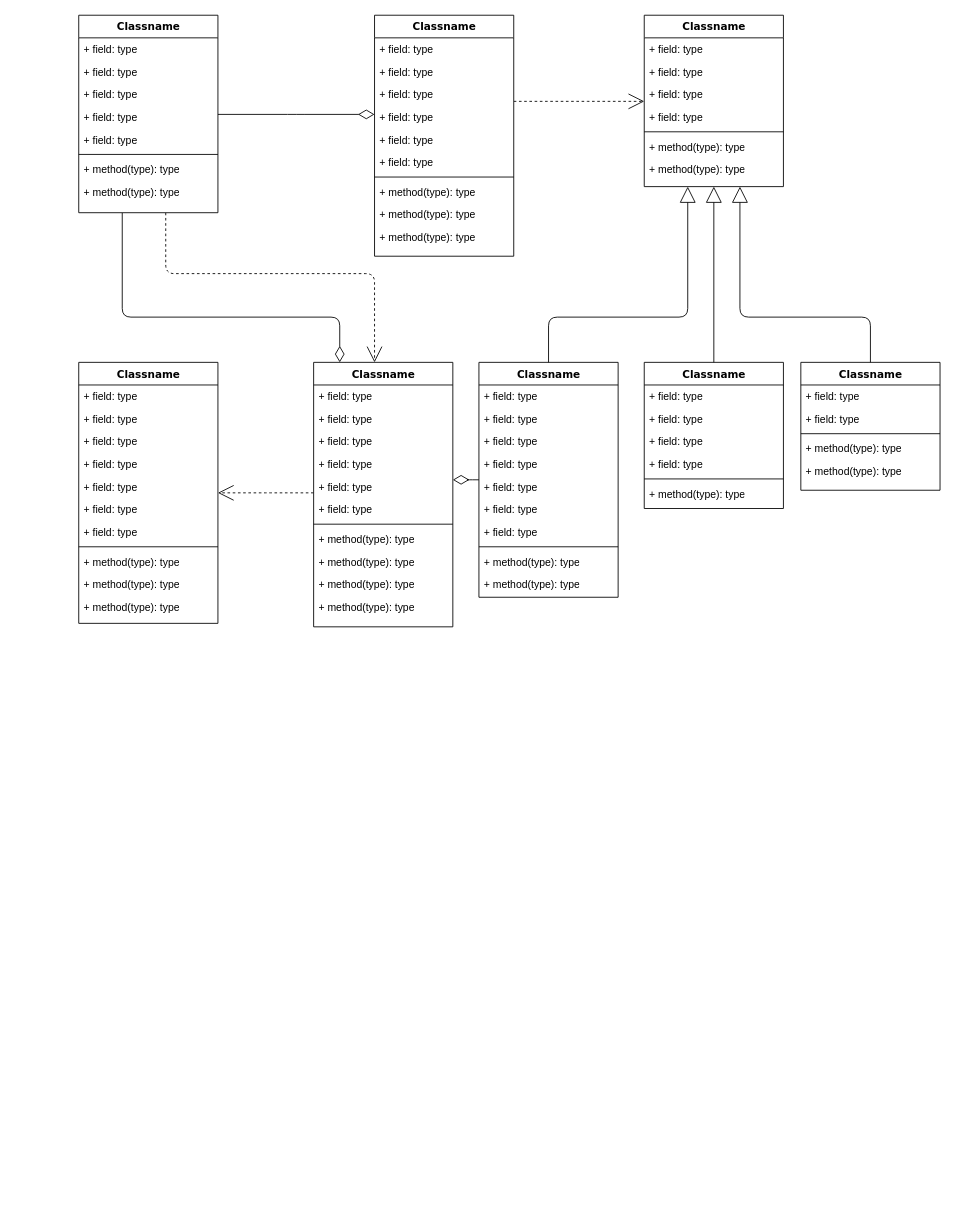
Before: Диаграмма без названия.drawio in SimonovIvan1/Usuuaus, a draw.io diagram. Source tidied: cells renumbered, new cells numbered last; positions are measured from the earlier drawing's top-left corner, leaving out a move shared by most shapes. Both pictures are drawn from the tidied source at 87%, with x=0, y=0 at pixel (78, 15).
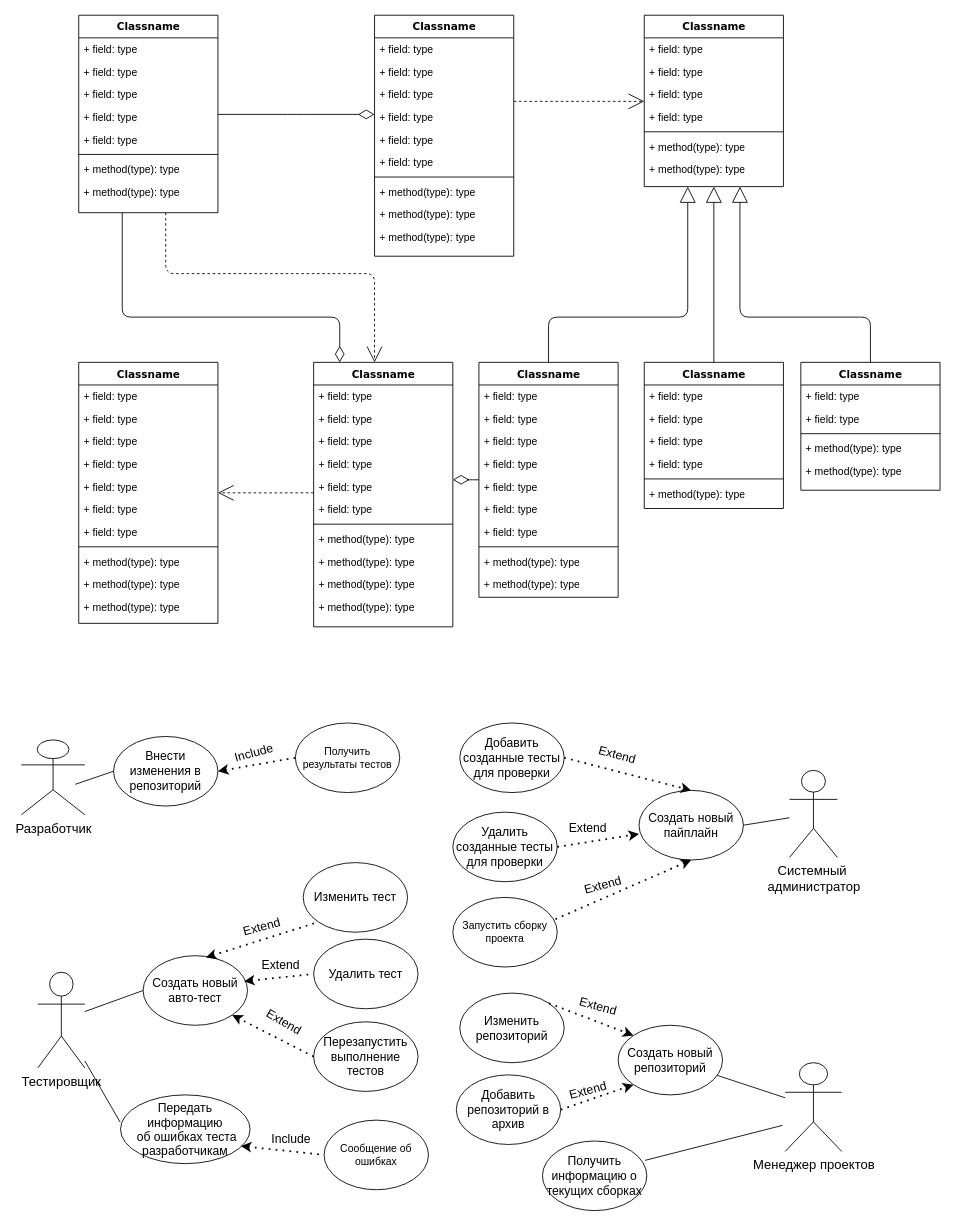
After the change.

Diff of the diagram source:
```diff
@@
+    <mxCell id="87" value="&lt;font style=&quot;font-size: 15px;&quot;&gt;Разработчик&lt;/font&gt;" style="shape=umlActor;verticalLabelPosition=bottom;verticalAlign=top;html=1;" parent="1" vertex="1">
+      <mxGeometry x="-66" y="833" width="73" height="86" as="geometry" />
+    </mxCell>
+    <mxCell id="88" value="&lt;font style=&quot;font-size: 15px;&quot;&gt;Тестировщик&lt;/font&gt;" style="shape=umlActor;verticalLabelPosition=bottom;verticalAlign=top;html=1;outlineConnect=0;" parent="1" vertex="1">
+      <mxGeometry x="-47" y="1100" width="54" height="110" as="geometry" />
+    </mxCell>
+    <mxCell id="89" value="&lt;font style=&quot;font-size: 15px;&quot;&gt;Системный&amp;nbsp;&lt;/font&gt;&lt;div&gt;&lt;font style=&quot;font-size: 15px;&quot;&gt;администратор&lt;/font&gt;&lt;/div&gt;" style="shape=umlActor;verticalLabelPosition=bottom;verticalAlign=top;html=1;outlineConnect=0;" parent="1" vertex="1">
+      <mxGeometry x="817" y="868" width="55" height="100" as="geometry" />
+    </mxCell>
+    <mxCell id="90" value="&lt;font style=&quot;font-size: 15px;&quot;&gt;Менеджер проектов&lt;/font&gt;" style="shape=umlActor;verticalLabelPosition=bottom;verticalAlign=top;html=1;outlineConnect=0;" parent="1" vertex="1">
+      <mxGeometry x="812" y="1204" width="65" height="102" as="geometry" />
+    </mxCell>
+    <mxCell id="91" value="&lt;font style=&quot;font-size: 14px;&quot;&gt;Создать новый репозиторий&lt;/font&gt;" style="ellipse;whiteSpace=wrap;html=1;" parent="1" vertex="1">
+      <mxGeometry x="620" y="1161" width="120" height="80" as="geometry" />
+    </mxCell>
+    <mxCell id="92" value="&lt;font style=&quot;font-size: 14px;&quot;&gt;Создать новый авто-тест&lt;/font&gt;" style="ellipse;whiteSpace=wrap;html=1;" parent="1" vertex="1">
+      <mxGeometry x="74" y="1081" width="120" height="80" as="geometry" />
+    </mxCell>
+    <mxCell id="93" style="endArrow=none;html=1;rounded=0;entryX=0;entryY=0.5;entryDx=0;entryDy=0;" parent="1" edge="1" source="88" target="92">
+      <mxGeometry relative="1" as="geometry" />
+    </mxCell>
+    <mxCell id="94" value="&lt;font style=&quot;font-size: 14px;&quot;&gt;Внести изменения в репозиторий&lt;/font&gt;" style="ellipse;whiteSpace=wrap;html=1;" parent="1" vertex="1">
+      <mxGeometry x="40" y="829" width="120" height="80" as="geometry" />
+    </mxCell>
+    <mxCell id="95" value="Получить результаты тестов" style="ellipse;whiteSpace=wrap;html=1;" parent="1" vertex="1">
+      <mxGeometry x="249" y="813.5" width="120" height="80" as="geometry" />
+    </mxCell>
+    <mxCell id="96" style="endArrow=none;dashed=1;html=1;dashPattern=1 3;strokeWidth=2;rounded=0;exitX=1;exitY=0.5;exitDx=0;exitDy=0;entryX=0;entryY=0.5;entryDx=0;entryDy=0;startArrow=classic;startFill=1;" parent="1" edge="1" source="94" target="95">
+      <mxGeometry relative="1" as="geometry" />
+    </mxCell>
+    <mxCell id="97" value="&lt;font style=&quot;font-size: 14px;&quot;&gt;Include&lt;/font&gt;" style="text;html=1;align=center;verticalAlign=middle;strokeColor=none;fillColor=none;rotation=-15;" parent="1" vertex="1">
+      <mxGeometry x="169" y="833" width="63" height="29" as="geometry" />
+    </mxCell>
+    <mxCell id="98" style="endArrow=none;html=1;rounded=0;entryX=0;entryY=0.5;entryDx=0;entryDy=0;" parent="1" edge="1" target="94">
+      <mxGeometry relative="1" as="geometry">
+        <mxPoint x="-4" y="884" as="sourcePoint" />
+      </mxGeometry>
+    </mxCell>
+    <mxCell id="99" value="&lt;font style=&quot;font-size: 14px;&quot;&gt;Передать информацию&lt;/font&gt;&lt;div&gt;&lt;font style=&quot;font-size: 14px;&quot;&gt;&amp;nbsp;об ошибках теста разработчикам&lt;/font&gt;&lt;/div&gt;" style="ellipse;whiteSpace=wrap;html=1;" parent="1" vertex="1">
+      <mxGeometry x="48" y="1241" width="149" height="79" as="geometry" />
+    </mxCell>
+    <mxCell id="100" style="endArrow=none;html=1;rounded=0;entryX=-0.003;entryY=0.396;entryDx=0;entryDy=0;entryPerimeter=0;" parent="1" edge="1" source="88" target="99">
+      <mxGeometry relative="1" as="geometry" />
+    </mxCell>
+    <mxCell id="101" value="Сообщение об ошибках" style="ellipse;whiteSpace=wrap;html=1;" parent="1" vertex="1">
+      <mxGeometry x="282" y="1270" width="120" height="80" as="geometry" />
+    </mxCell>
+    <mxCell id="102" value="&lt;font style=&quot;font-size: 14px;&quot;&gt;Изменить тест&lt;/font&gt;" style="ellipse;whiteSpace=wrap;html=1;" parent="1" vertex="1">
+      <mxGeometry x="258" y="974" width="120" height="80" as="geometry" />
+    </mxCell>
+    <mxCell id="103" value="&lt;font style=&quot;font-size: 14px;&quot;&gt;Удалить тест&lt;/font&gt;" style="ellipse;whiteSpace=wrap;html=1;" parent="1" vertex="1">
+      <mxGeometry x="270" y="1062" width="120" height="80" as="geometry" />
+    </mxCell>
+    <mxCell id="104" style="endArrow=none;dashed=1;html=1;dashPattern=1 3;strokeWidth=2;rounded=0;exitX=0.602;exitY=0.025;exitDx=0;exitDy=0;exitPerimeter=0;entryX=0;entryY=1;entryDx=0;entryDy=0;startArrow=classic;startFill=1;" parent="1" edge="1" source="92" target="102">
+      <mxGeometry relative="1" as="geometry" />
+    </mxCell>
+    <mxCell id="105" style="endArrow=none;dashed=1;html=1;dashPattern=1 3;strokeWidth=2;rounded=0;exitX=0.967;exitY=0.369;exitDx=0;exitDy=0;exitPerimeter=0;entryX=0;entryY=0.5;entryDx=0;entryDy=0;startArrow=classic;startFill=1;" parent="1" edge="1" source="92" target="103">
+      <mxGeometry relative="1" as="geometry" />
+    </mxCell>
+    <mxCell id="106" value="&lt;font style=&quot;font-size: 14px;&quot;&gt;Include&lt;/font&gt;" style="text;html=1;align=center;verticalAlign=middle;strokeColor=none;fillColor=none;rotation=0;" parent="1" vertex="1">
+      <mxGeometry x="212" y="1277" width="63" height="29" as="geometry" />
+    </mxCell>
+    <mxCell id="107" style="endArrow=none;dashed=1;html=1;dashPattern=1 3;strokeWidth=2;rounded=0;exitX=0.928;exitY=0.744;exitDx=0;exitDy=0;exitPerimeter=0;entryX=0;entryY=0.5;entryDx=0;entryDy=0;startArrow=classic;startFill=1;" parent="1" edge="1" source="99" target="101">
+      <mxGeometry relative="1" as="geometry" />
+    </mxCell>
+    <mxCell id="108" value="&lt;font style=&quot;font-size: 14px;&quot;&gt;Extend&lt;/font&gt;" style="text;html=1;align=center;verticalAlign=middle;strokeColor=none;fillColor=none;rotation=-15;" parent="1" vertex="1">
+      <mxGeometry x="179" y="1033" width="62" height="29" as="geometry" />
+    </mxCell>
+    <mxCell id="109" value="&lt;font style=&quot;font-size: 14px;&quot;&gt;Extend&lt;/font&gt;" style="text;html=1;align=center;verticalAlign=middle;strokeColor=none;fillColor=none;rotation=0;" parent="1" vertex="1">
+      <mxGeometry x="201" y="1077" width="62" height="29" as="geometry" />
+    </mxCell>
+    <mxCell id="110" style="endArrow=none;html=1;rounded=0;" parent="1" edge="1" source="91" target="90">
+      <mxGeometry relative="1" as="geometry" />
+    </mxCell>
+    <mxCell id="111" value="&lt;font style=&quot;font-size: 14px;&quot;&gt;Добавить репозиторий в архив&lt;/font&gt;" style="ellipse;whiteSpace=wrap;html=1;" parent="1" vertex="1">
+      <mxGeometry x="434" y="1218" width="120" height="80" as="geometry" />
+    </mxCell>
+    <mxCell id="112" value="&lt;font style=&quot;font-size: 14px;&quot;&gt;Изменить репозиторий&lt;/font&gt;" style="ellipse;whiteSpace=wrap;html=1;" parent="1" vertex="1">
+      <mxGeometry x="438" y="1124" width="120" height="80" as="geometry" />
+    </mxCell>
+    <mxCell id="113" value="&lt;font style=&quot;font-size: 14px;&quot;&gt;Получить информацию о текущих сборках&lt;/font&gt;" style="ellipse;whiteSpace=wrap;html=1;" parent="1" vertex="1">
+      <mxGeometry x="533" y="1294" width="120" height="80" as="geometry" />
+    </mxCell>
+    <mxCell id="114" style="endArrow=classic;dashed=1;html=1;dashPattern=1 3;strokeWidth=2;rounded=0;entryX=0;entryY=0;entryDx=0;entryDy=0;exitX=1;exitY=0;exitDx=0;exitDy=0;endFill=1;" parent="1" edge="1" source="112" target="91">
+      <mxGeometry relative="1" as="geometry" />
+    </mxCell>
+    <mxCell id="115" style="endArrow=classic;dashed=1;html=1;dashPattern=1 3;strokeWidth=2;rounded=0;entryX=0;entryY=1;entryDx=0;entryDy=0;exitX=1;exitY=0.5;exitDx=0;exitDy=0;endFill=1;" parent="1" edge="1" source="111" target="91">
+      <mxGeometry relative="1" as="geometry" />
+    </mxCell>
+    <mxCell id="116" value="&lt;font style=&quot;font-size: 14px;&quot;&gt;Перезапустить выполнение тестов&lt;/font&gt;" style="ellipse;whiteSpace=wrap;html=1;" parent="1" vertex="1">
+      <mxGeometry x="270" y="1157" width="120" height="80" as="geometry" />
+    </mxCell>
+    <mxCell id="117" style="endArrow=none;html=1;rounded=0;exitX=0.983;exitY=0.278;exitDx=0;exitDy=0;exitPerimeter=0;" parent="1" edge="1" source="113">
+      <mxGeometry relative="1" as="geometry">
+        <mxPoint x="809" y="1276" as="targetPoint" />
+      </mxGeometry>
+    </mxCell>
+    <mxCell id="118" style="endArrow=classic;dashed=1;html=1;dashPattern=1 3;strokeWidth=2;rounded=0;entryX=1;entryY=1;entryDx=0;entryDy=0;exitX=0;exitY=0.5;exitDx=0;exitDy=0;startArrow=none;startFill=0;endFill=1;" parent="1" edge="1" source="116" target="92">
+      <mxGeometry relative="1" as="geometry" />
+    </mxCell>
+    <mxCell id="119" value="&lt;font style=&quot;font-size: 14px;&quot;&gt;Extend&lt;/font&gt;" style="text;html=1;align=center;verticalAlign=middle;strokeColor=none;fillColor=none;rotation=30;" parent="1" vertex="1">
+      <mxGeometry x="205" y="1142" width="62" height="29" as="geometry" />
+    </mxCell>
+    <mxCell id="120" value="&lt;font style=&quot;font-size: 14px;&quot;&gt;Создать новый пайплайн&lt;/font&gt;" style="ellipse;whiteSpace=wrap;html=1;" parent="1" vertex="1">
+      <mxGeometry x="644" y="891" width="120" height="80" as="geometry" />
+    </mxCell>
+    <mxCell id="121" style="endArrow=none;html=1;rounded=0;exitX=1;exitY=0.5;exitDx=0;exitDy=0;" parent="1" edge="1" source="120" target="89">
+      <mxGeometry relative="1" as="geometry" />
+    </mxCell>
+    <mxCell id="122" value="&lt;font style=&quot;font-size: 14px;&quot;&gt;Добавить созданные тесты для проверки&lt;/font&gt;" style="ellipse;whiteSpace=wrap;html=1;" parent="1" vertex="1">
+      <mxGeometry x="438" y="813.5" width="120" height="80" as="geometry" />
+    </mxCell>
+    <mxCell id="123" value="&lt;font style=&quot;font-size: 14px;&quot;&gt;Удалить созданные тесты для проверки&lt;/font&gt;" style="ellipse;whiteSpace=wrap;html=1;" parent="1" vertex="1">
+      <mxGeometry x="430" y="916" width="120" height="80" as="geometry" />
+    </mxCell>
+    <mxCell id="124" value="Запустить сборку проекта" style="ellipse;whiteSpace=wrap;html=1;" parent="1" vertex="1">
+      <mxGeometry x="430" y="1014" width="120" height="80" as="geometry" />
+    </mxCell>
+    <mxCell id="125" style="endArrow=classic;dashed=1;html=1;dashPattern=1 3;strokeWidth=2;rounded=0;entryX=0.5;entryY=1;entryDx=0;entryDy=0;exitX=0.983;exitY=0.313;exitDx=0;exitDy=0;exitPerimeter=0;endFill=1;" parent="1" edge="1" source="124" target="120">
+      <mxGeometry relative="1" as="geometry" />
+    </mxCell>
+    <mxCell id="126" style="endArrow=classic;dashed=1;html=1;dashPattern=1 3;strokeWidth=2;rounded=0;entryX=0;entryY=0.625;entryDx=0;entryDy=0;entryPerimeter=0;exitX=1;exitY=0.5;exitDx=0;exitDy=0;endFill=1;" parent="1" edge="1" source="123" target="120">
+      <mxGeometry relative="1" as="geometry" />
+    </mxCell>
+    <mxCell id="127" style="endArrow=classic;dashed=1;html=1;dashPattern=1 3;strokeWidth=2;rounded=0;entryX=0.5;entryY=0;entryDx=0;entryDy=0;exitX=1;exitY=0.5;exitDx=0;exitDy=0;endFill=1;" parent="1" edge="1" source="122" target="120">
+      <mxGeometry relative="1" as="geometry" />
+    </mxCell>
+    <mxCell id="128" value="&lt;font style=&quot;font-size: 14px;&quot;&gt;Extend&lt;/font&gt;" style="text;html=1;align=center;verticalAlign=middle;strokeColor=none;fillColor=none;rotation=15;" parent="1" vertex="1">
+      <mxGeometry x="588" y="835" width="62" height="29" as="geometry" />
+    </mxCell>
+    <mxCell id="129" value="&lt;font style=&quot;font-size: 14px;&quot;&gt;Extend&lt;/font&gt;" style="text;html=1;align=center;verticalAlign=middle;strokeColor=none;fillColor=none;rotation=0;" parent="1" vertex="1">
+      <mxGeometry x="554" y="919" width="62" height="29" as="geometry" />
+    </mxCell>
+    <mxCell id="130" value="&lt;font style=&quot;font-size: 14px;&quot;&gt;Extend&lt;/font&gt;" style="text;html=1;align=center;verticalAlign=middle;strokeColor=none;fillColor=none;rotation=-15;" parent="1" vertex="1">
+      <mxGeometry x="571" y="985" width="62" height="29" as="geometry" />
+    </mxCell>
+    <mxCell id="131" value="&lt;font style=&quot;font-size: 14px;&quot;&gt;Extend&lt;/font&gt;" style="text;html=1;align=center;verticalAlign=middle;strokeColor=none;fillColor=none;rotation=15;" parent="1" vertex="1">
+      <mxGeometry x="566" y="1124" width="62" height="29" as="geometry" />
+    </mxCell>
+    <mxCell id="132" value="&lt;font style=&quot;font-size: 14px;&quot;&gt;Extend&lt;/font&gt;" style="text;html=1;align=center;verticalAlign=middle;strokeColor=none;fillColor=none;rotation=-15;" parent="1" vertex="1">
+      <mxGeometry x="554" y="1221" width="62" height="29" as="geometry" />
+    </mxCell>
```
